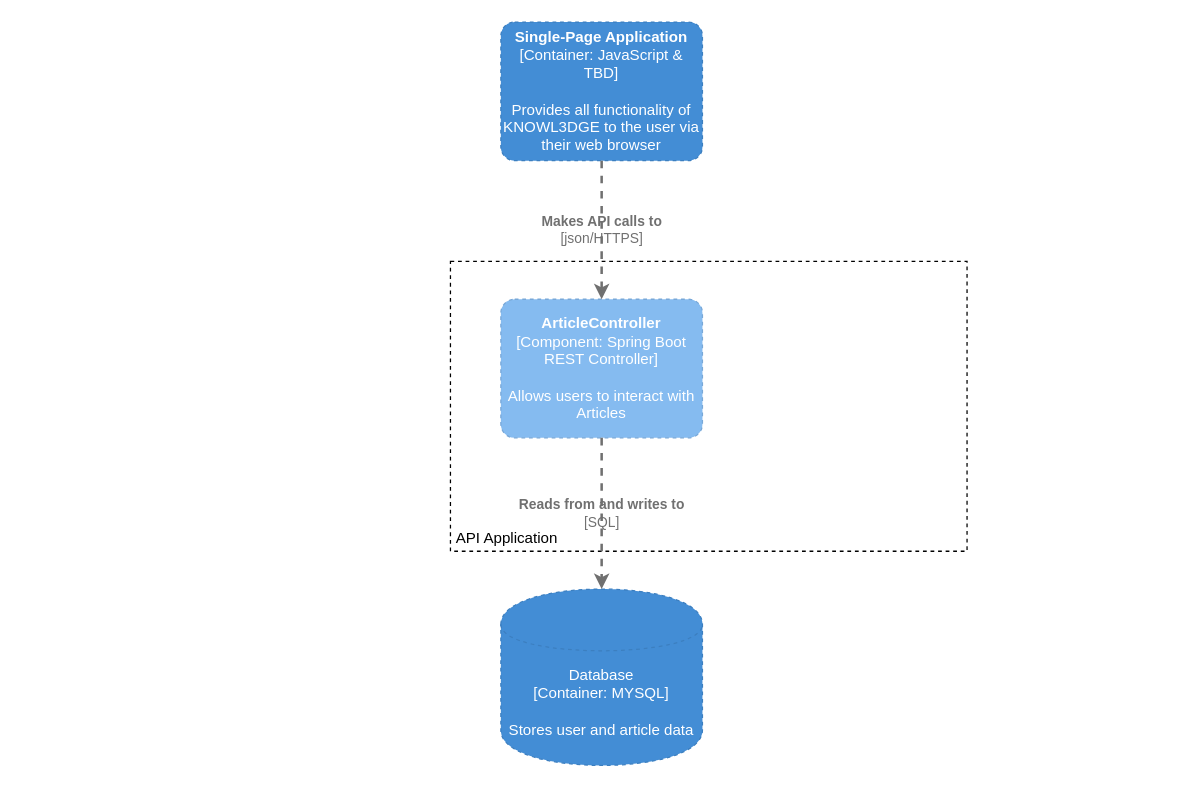
Before: documentation/diagrams/knowl3dge-components.drawio in MPFGlaser/knowl3dge, a draw.io diagram. Source tidied: cells renumbered, new cells numbered last; positions are measured from the earlier drawing's top-left corner, leaving out a move shared by most shapes. Both pictures are drawn from the tidied source at 126%, with x=0, y=0 at pixel (450, 21).
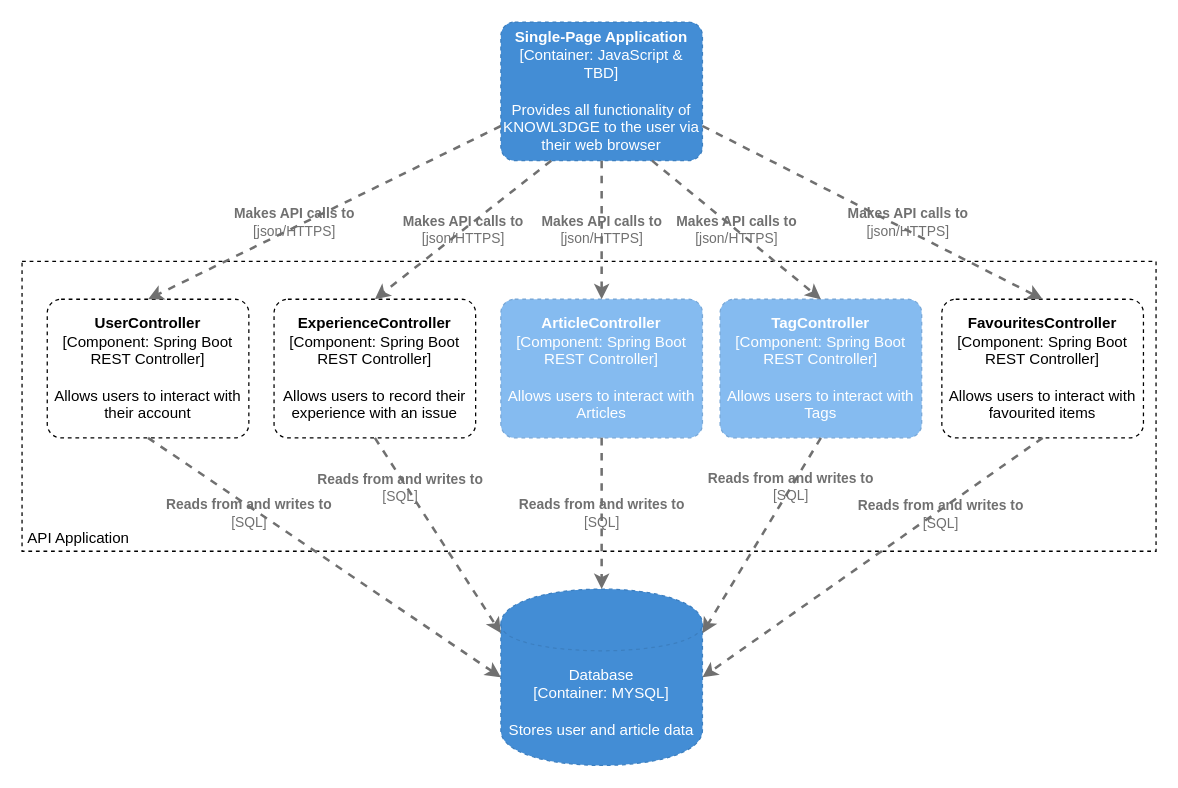
The same page after the edit.

The change refers to these unchanged cells:
```xml
<object id="2" label="&lt;b&gt;%c4Name%&lt;/b&gt;&lt;div&gt;[%c4Type%: %c4Technology%]&lt;/div&gt;&lt;br&gt;&lt;div&gt;%c4Description%&lt;/div&gt;" c4Description="Provides all functionality of KNOWL3DGE to the user via their web browser" c4Name="Single-Page Application" c4Technology="JavaScript &amp; TBD" c4Type="Container" placeholders="1">
  <mxCell style="rounded=1;whiteSpace=wrap;html=1;labelBackgroundColor=none;fillColor=#438DD5;fontColor=#ffffff;align=center;arcSize=10;strokeColor=#3C7FC0;metaData={&quot;c4Type&quot;:{&quot;editable&quot;:false}};points=[[0.25,0,0],[0.5,0,0],[0.75,0,0],[1,0.25,0],[1,0.5,0],[1,0.75,0],[0.75,1,0],[0.5,1,0],[0.25,1,0],[0,0.75,0],[0,0.5,0],[0,0.25,0]];shadow=0;glass=0;dashed=1;sketch=0;" parent="1" vertex="1">
    <mxGeometry x="40" width="160" height="110" as="geometry" />
  </mxCell>
</object>
<object id="5" label="%c4Type%&lt;div&gt;[Container:&amp;nbsp;%c4Technology%]&lt;/div&gt;&lt;br&gt;&lt;div&gt;%c4Description%&lt;/div&gt;" c4Description="Stores user and article data" c4Technology="MYSQL" c4Type="Database" placeholders="1">
  <mxCell style="shape=cylinder;whiteSpace=wrap;html=1;boundedLbl=1;rounded=0;labelBackgroundColor=none;fillColor=#438DD5;fontSize=12;fontColor=#ffffff;align=center;strokeColor=#3C7FC0;points=[[0.5,0,0],[1,0.25,0],[1,0.5,0],[1,0.75,0],[0.5,1,0],[0,0.75,0],[0,0.5,0],[0,0.25,0]];metaData={&quot;c4Type&quot;:{&quot;editable&quot;:false}};shadow=0;glass=0;dashed=1;sketch=0;" parent="1" vertex="1">
    <mxGeometry x="40" y="450" width="160" height="140" as="geometry" />
  </mxCell>
</object>
```

What changed in the source:
```diff
@@
     <mxCell id="3" style="rounded=0;whiteSpace=wrap;html=1;fillColor=none;dashed=1;" parent="1" vertex="1">
-      <mxGeometry y="190" width="410" height="230" as="geometry" />
+      <mxGeometry x="-340" y="190" width="900" height="230" as="geometry" />
     </mxCell>
@@
     <mxCell id="7" value="API Application" style="text;html=1;strokeColor=none;fillColor=none;align=center;verticalAlign=middle;whiteSpace=wrap;rounded=0;dashed=1;" parent="1" vertex="1">
-      <mxGeometry y="400" width="90" height="20" as="geometry" />
+      <mxGeometry x="-340" y="400" width="90" height="20" as="geometry" />
     </mxCell>
@@
+    <object id="9" label="&lt;b&gt;%c4Name%&lt;/b&gt;&lt;div&gt;[%c4Type%: %c4Technology%]&lt;/div&gt;&lt;br&gt;&lt;div&gt;%c4Description%&lt;/div&gt;" c4Description="Allows users to interact with Tags" c4Name="TagController" c4Technology="Spring Boot REST Controller" c4Type="Component" placeholders="1">
+      <mxCell style="rounded=1;whiteSpace=wrap;html=1;labelBackgroundColor=none;fillColor=#85BBF0;fontColor=#ffffff;align=center;arcSize=10;strokeColor=#78A8D8;metaData={&quot;c4Type&quot;:{&quot;editable&quot;:false}};points=[[0.25,0,0],[0.5,0,0],[0.75,0,0],[1,0.25,0],[1,0.5,0],[1,0.75,0],[0.75,1,0],[0.5,1,0],[0.25,1,0],[0,0.75,0],[0,0.5,0],[0,0.25,0]];dashed=1;" parent="1" vertex="1">
+        <mxGeometry x="214" y="220" width="160" height="110" as="geometry" />
+      </mxCell>
+    </object>
+    <object id="10" label="&lt;b&gt;%c4Name%&lt;/b&gt;&lt;div&gt;[%c4Type%: %c4Technology%]&lt;/div&gt;&lt;br&gt;&lt;div&gt;%c4Description%&lt;/div&gt;" c4Description="Allows users to interact with their account" c4Name="UserController" c4Technology="Spring Boot REST Controller" c4Type="Component" placeholders="1">
+      <mxCell style="rounded=1;whiteSpace=wrap;html=1;labelBackgroundColor=none;align=center;arcSize=10;metaData={&quot;c4Type&quot;:{&quot;editable&quot;:false}};points=[[0.25,0,0],[0.5,0,0],[0.75,0,0],[1,0.25,0],[1,0.5,0],[1,0.75,0],[0.75,1,0],[0.5,1,0],[0.25,1,0],[0,0.75,0],[0,0.5,0],[0,0.25,0]];dashed=1;" parent="1" vertex="1">
+        <mxGeometry x="-320" y="220" width="160" height="110" as="geometry" />
+      </mxCell>
+    </object>
+    <object id="11" label="&lt;b&gt;%c4Name%&lt;/b&gt;&lt;div&gt;[%c4Type%: %c4Technology%]&lt;/div&gt;&lt;br&gt;&lt;div&gt;%c4Description%&lt;/div&gt;" c4Description="Allows users to interact with favourited items" c4Name="FavouritesController" c4Technology="Spring Boot REST Controller" c4Type="Component" placeholders="1">
+      <mxCell style="rounded=1;whiteSpace=wrap;html=1;labelBackgroundColor=none;align=center;arcSize=10;metaData={&quot;c4Type&quot;:{&quot;editable&quot;:false}};points=[[0.25,0,0],[0.5,0,0],[0.75,0,0],[1,0.25,0],[1,0.5,0],[1,0.75,0],[0.75,1,0],[0.5,1,0],[0.25,1,0],[0,0.75,0],[0,0.5,0],[0,0.25,0]];dashed=1;" parent="1" vertex="1">
+        <mxGeometry x="390" y="220" width="160" height="110" as="geometry" />
+      </mxCell>
+    </object>
+    <object id="12" label="&lt;b&gt;%c4Name%&lt;/b&gt;&lt;div&gt;[%c4Type%: %c4Technology%]&lt;/div&gt;&lt;br&gt;&lt;div&gt;%c4Description%&lt;/div&gt;" c4Description="Allows users to record their experience with an issue" c4Name="ExperienceController" c4Technology="Spring Boot REST Controller" c4Type="Component" placeholders="1">
+      <mxCell style="rounded=1;whiteSpace=wrap;html=1;labelBackgroundColor=none;align=center;arcSize=10;metaData={&quot;c4Type&quot;:{&quot;editable&quot;:false}};points=[[0.25,0,0],[0.5,0,0],[0.75,0,0],[1,0.25,0],[1,0.5,0],[1,0.75,0],[0.75,1,0],[0.5,1,0],[0.25,1,0],[0,0.75,0],[0,0.5,0],[0,0.25,0]];dashed=1;" parent="1" vertex="1">
+        <mxGeometry x="-140" y="220" width="160" height="110" as="geometry" />
+      </mxCell>
+    </object>
+    <object id="13" label="&lt;div style=&quot;text-align: left&quot;&gt;&lt;div style=&quot;text-align: center&quot;&gt;&lt;b&gt;%c4Description%&lt;/b&gt;&lt;/div&gt;&lt;div style=&quot;text-align: center&quot;&gt;[%c4Technology%]&lt;/div&gt;&lt;/div&gt;" c4Description="Makes API calls to" c4Technology="json/HTTPS" placeholders="1">
+      <mxCell style="edgeStyle=none;rounded=0;html=1;entryX=0.5;entryY=0;jettySize=auto;strokeColor=#707070;strokeWidth=2;fontColor=#707070;jumpStyle=none;dashed=1;metaData={&quot;c4Type&quot;:{&quot;editable&quot;:false}};exitX=0.25;exitY=1;exitDx=0;exitDy=0;exitPerimeter=0;entryDx=0;entryDy=0;entryPerimeter=0;labelBackgroundColor=none;" parent="1" edge="1" source="2" target="12">
+        <mxGeometry relative="1" as="geometry" />
+      </mxCell>
+    </object>
+    <object id="14" label="&lt;div style=&quot;text-align: left&quot;&gt;&lt;div style=&quot;text-align: center&quot;&gt;&lt;b&gt;%c4Description%&lt;/b&gt;&lt;/div&gt;&lt;div style=&quot;text-align: center&quot;&gt;[%c4Technology%]&lt;/div&gt;&lt;/div&gt;" c4Description="Makes API calls to" c4Technology="json/HTTPS" placeholders="1">
+      <mxCell style="edgeStyle=none;rounded=0;html=1;entryX=0.5;entryY=0;jettySize=auto;strokeColor=#707070;strokeWidth=2;fontColor=#707070;jumpStyle=none;dashed=1;metaData={&quot;c4Type&quot;:{&quot;editable&quot;:false}};exitX=0;exitY=0.75;exitDx=0;exitDy=0;exitPerimeter=0;entryDx=0;entryDy=0;entryPerimeter=0;labelBackgroundColor=none;" parent="1" edge="1" source="2" target="10">
+        <mxGeometry x="0.16" y="-4" relative="1" as="geometry" />
+      </mxCell>
+    </object>
+    <object id="15" label="&lt;div style=&quot;text-align: left&quot;&gt;&lt;div style=&quot;text-align: center&quot;&gt;&lt;b&gt;%c4Description%&lt;/b&gt;&lt;/div&gt;&lt;div style=&quot;text-align: center&quot;&gt;[%c4Technology%]&lt;/div&gt;&lt;/div&gt;" c4Description="Makes API calls to" c4Technology="json/HTTPS" placeholders="1">
+      <mxCell style="edgeStyle=none;rounded=0;html=1;entryX=0.5;entryY=0;jettySize=auto;strokeColor=#707070;strokeWidth=2;fontColor=#707070;jumpStyle=none;dashed=1;metaData={&quot;c4Type&quot;:{&quot;editable&quot;:false}};exitX=0.75;exitY=1;exitDx=0;exitDy=0;exitPerimeter=0;entryDx=0;entryDy=0;entryPerimeter=0;labelBackgroundColor=none;" parent="1" edge="1" source="2" target="9">
+        <mxGeometry relative="1" as="geometry" />
+      </mxCell>
+    </object>
+    <object id="16" label="&lt;div style=&quot;text-align: left&quot;&gt;&lt;div style=&quot;text-align: center&quot;&gt;&lt;b&gt;%c4Description%&lt;/b&gt;&lt;/div&gt;&lt;div style=&quot;text-align: center&quot;&gt;[%c4Technology%]&lt;/div&gt;&lt;/div&gt;" c4Description="Makes API calls to" c4Technology="json/HTTPS" placeholders="1">
+      <mxCell style="edgeStyle=none;rounded=0;html=1;entryX=0.5;entryY=0;jettySize=auto;strokeColor=#707070;strokeWidth=2;fontColor=#707070;jumpStyle=none;dashed=1;metaData={&quot;c4Type&quot;:{&quot;editable&quot;:false}};exitX=1;exitY=0.75;exitDx=0;exitDy=0;exitPerimeter=0;entryDx=0;entryDy=0;entryPerimeter=0;labelBackgroundColor=none;" parent="1" edge="1" source="2" target="11">
+        <mxGeometry x="0.19" y="6" relative="1" as="geometry" />
+      </mxCell>
+    </object>
+    <object id="17" label="&lt;div style=&quot;text-align: left&quot;&gt;&lt;div style=&quot;text-align: center&quot;&gt;&lt;b&gt;%c4Description%&lt;/b&gt;&lt;/div&gt;&lt;div style=&quot;text-align: center&quot;&gt;[%c4Technology%]&lt;/div&gt;&lt;/div&gt;" c4Description="Reads from and writes to" c4Technology="SQL" placeholders="1">
+      <mxCell style="edgeStyle=none;rounded=0;html=1;entryX=1;entryY=0.25;jettySize=auto;strokeColor=#707070;strokeWidth=2;fontColor=#707070;jumpStyle=none;dashed=1;metaData={&quot;c4Type&quot;:{&quot;editable&quot;:false}};entryDx=0;entryDy=0;entryPerimeter=0;exitX=0.5;exitY=1;exitDx=0;exitDy=0;exitPerimeter=0;labelBackgroundColor=none;" parent="1" edge="1" source="9" target="5">
+        <mxGeometry x="-0.49" relative="1" as="geometry" />
+      </mxCell>
+    </object>
+    <object id="18" label="&lt;div style=&quot;text-align: left&quot;&gt;&lt;div style=&quot;text-align: center&quot;&gt;&lt;b&gt;%c4Description%&lt;/b&gt;&lt;/div&gt;&lt;div style=&quot;text-align: center&quot;&gt;[%c4Technology%]&lt;/div&gt;&lt;/div&gt;" c4Description="Reads from and writes to" c4Technology="SQL" placeholders="1">
+      <mxCell style="edgeStyle=none;rounded=0;html=1;entryX=1;entryY=0.5;jettySize=auto;strokeColor=#707070;strokeWidth=2;fontColor=#707070;jumpStyle=none;dashed=1;metaData={&quot;c4Type&quot;:{&quot;editable&quot;:false}};entryDx=0;entryDy=0;entryPerimeter=0;exitX=0.5;exitY=1;exitDx=0;exitDy=0;exitPerimeter=0;labelBackgroundColor=none;" parent="1" edge="1" source="11" target="5">
+        <mxGeometry x="-0.39" y="3" relative="1" as="geometry" />
+      </mxCell>
+    </object>
+    <object id="19" label="&lt;div style=&quot;text-align: left&quot;&gt;&lt;div style=&quot;text-align: center&quot;&gt;&lt;b&gt;%c4Description%&lt;/b&gt;&lt;/div&gt;&lt;div style=&quot;text-align: center&quot;&gt;[%c4Technology%]&lt;/div&gt;&lt;/div&gt;" c4Description="Reads from and writes to" c4Technology="SQL" placeholders="1">
+      <mxCell style="edgeStyle=none;rounded=0;html=1;entryX=0;entryY=0.25;jettySize=auto;strokeColor=#707070;strokeWidth=2;fontColor=#707070;jumpStyle=none;dashed=1;metaData={&quot;c4Type&quot;:{&quot;editable&quot;:false}};entryDx=0;entryDy=0;entryPerimeter=0;exitX=0.5;exitY=1;exitDx=0;exitDy=0;exitPerimeter=0;labelBackgroundColor=none;" parent="1" edge="1" source="12" target="5">
+        <mxGeometry x="-0.52" y="-5" relative="1" as="geometry" />
+      </mxCell>
+    </object>
+    <object id="20" label="&lt;div style=&quot;text-align: left&quot;&gt;&lt;div style=&quot;text-align: center&quot;&gt;&lt;b&gt;%c4Description%&lt;/b&gt;&lt;/div&gt;&lt;div style=&quot;text-align: center&quot;&gt;[%c4Technology%]&lt;/div&gt;&lt;/div&gt;" c4Description="Reads from and writes to" c4Technology="SQL" placeholders="1">
+      <mxCell style="edgeStyle=none;rounded=0;html=1;entryX=0;entryY=0.5;jettySize=auto;strokeColor=#707070;strokeWidth=2;fontColor=#707070;jumpStyle=none;dashed=1;metaData={&quot;c4Type&quot;:{&quot;editable&quot;:false}};entryDx=0;entryDy=0;entryPerimeter=0;exitX=0.5;exitY=1;exitDx=0;exitDy=0;exitPerimeter=0;labelBackgroundColor=none;" parent="1" edge="1" source="10" target="5">
+        <mxGeometry x="-0.41" y="-5" relative="1" as="geometry" />
+      </mxCell>
+    </object>
```
